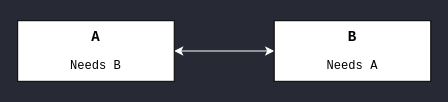
Earlier version of the draw.io diagram page "A-B" (2 of 3) of post/tf-chicken-egg/f5-tf.drawio (netmemo/netmemo.github.io). Source tidied: cells renumbered, new cells numbered last; positions are measured from the earlier drawing's top-left corner, leaving out a move shared by most shapes. Both pictures are drawn from the tidied source at 101%, with x=0, y=0 at pixel (17, 20).
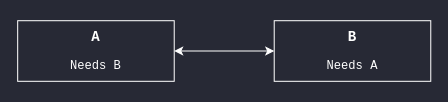
Above is the later version.

What changed in the source:
```diff
@@
 <mxGraphModel background="#272935">
   <root>
     <mxCell id="0" />
     <mxCell id="1" parent="0" />
-    <mxCell id="2" style="edgeStyle=none;rounded=0;jettySize=auto;html=1;startArrow=classic;startFill=1;strokeColor=#FFFFFF;" parent="1" edge="1" source="4" target="3">
+    <mxCell id="2" style="edgeStyle=none;rounded=0;jettySize=auto;html=1;startArrow=classic;startFill=1;strokeColor=#FFFFFF;fontColor=#FFFFFF;" parent="1" edge="1" source="4" target="3">
       <mxGeometry relative="1" as="geometry" />
     </mxCell>
-    <mxCell id="3" value="&lt;pre class=&quot;line-numbers language-hcl&quot;&gt;&lt;b&gt;&lt;font style=&quot;font-size: 14px&quot;&gt;B&lt;/font&gt;&lt;/b&gt;&lt;/pre&gt;&lt;pre class=&quot;line-numbers language-hcl&quot;&gt;Needs A&lt;/pre&gt;" style="rounded=0;whiteSpace=wrap;html=1;" parent="1" vertex="1">
+    <mxCell id="3" value="&lt;pre class=&quot;line-numbers language-hcl&quot;&gt;&lt;b&gt;&lt;font style=&quot;font-size: 14px&quot;&gt;B&lt;/font&gt;&lt;/b&gt;&lt;/pre&gt;&lt;pre class=&quot;line-numbers language-hcl&quot;&gt;Needs A&lt;/pre&gt;" style="rounded=0;whiteSpace=wrap;html=1;fontColor=#FFFFFF;strokeColor=#FFFFFF;fillColor=#272935;" parent="1" vertex="1">
       <mxGeometry x="254" width="155" height="60" as="geometry" />
     </mxCell>
-    <mxCell id="4" value="&lt;pre class=&quot;line-numbers language-hcl&quot;&gt;&lt;b&gt;&lt;font style=&quot;font-size: 14px&quot;&gt;A&lt;/font&gt;&lt;/b&gt;&lt;/pre&gt;&lt;pre class=&quot;line-numbers language-hcl&quot;&gt;Needs B&lt;/pre&gt;" style="rounded=0;whiteSpace=wrap;html=1;" parent="1" vertex="1">
+    <mxCell id="4" value="&lt;pre class=&quot;line-numbers language-hcl&quot;&gt;&lt;b&gt;&lt;font style=&quot;font-size: 14px&quot;&gt;A&lt;/font&gt;&lt;/b&gt;&lt;/pre&gt;&lt;pre class=&quot;line-numbers language-hcl&quot;&gt;Needs B&lt;/pre&gt;" style="rounded=0;whiteSpace=wrap;html=1;fontColor=#FFFFFF;fillColor=#272935;strokeColor=#FFFFFF;" parent="1" vertex="1">
       <mxGeometry width="155" height="60" as="geometry" />
     </mxCell>
   </root>
 </mxGraphModel>
```
